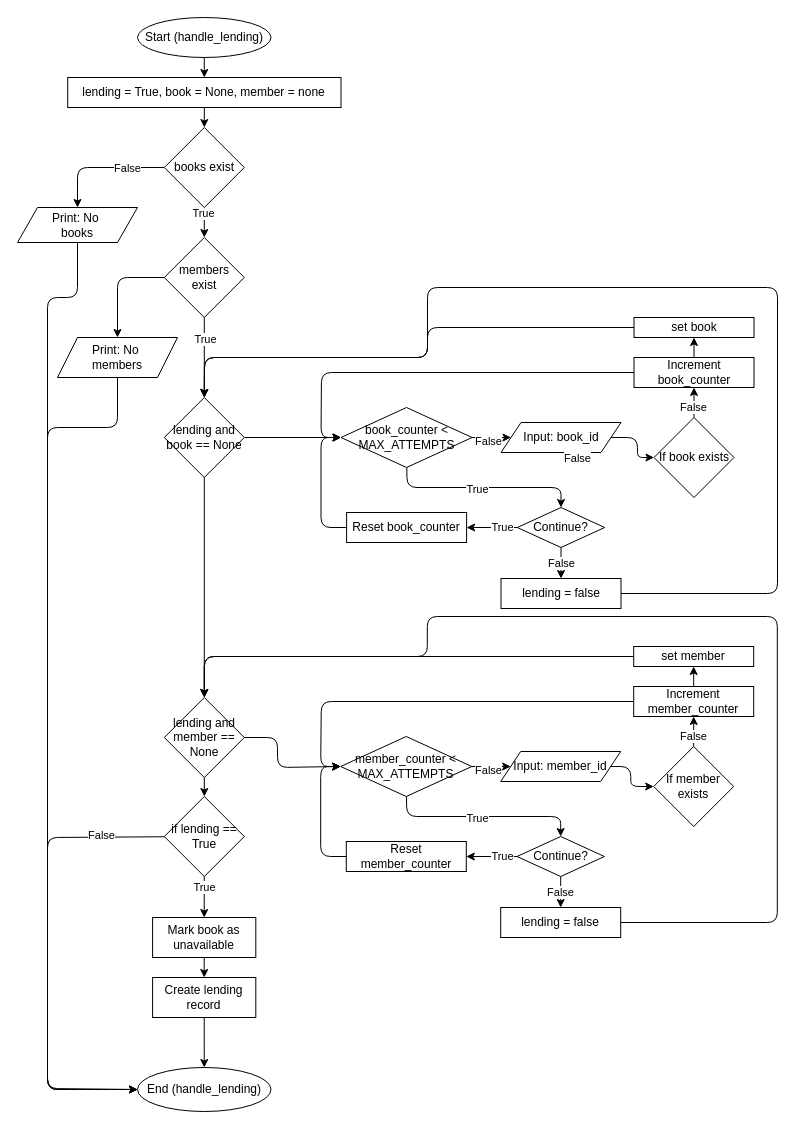
The draw.io diagram flowcharts/handle-lending.drawio in TSNMT727/LibrarySystem, before the edit. Source tidied: cells renumbered, new cells numbered last; positions are measured from the earlier drawing's top-left corner, leaving out a move shared by most shapes. Both pictures are drawn from the tidied source at 100%, with x=0, y=0 at pixel (17, 17).
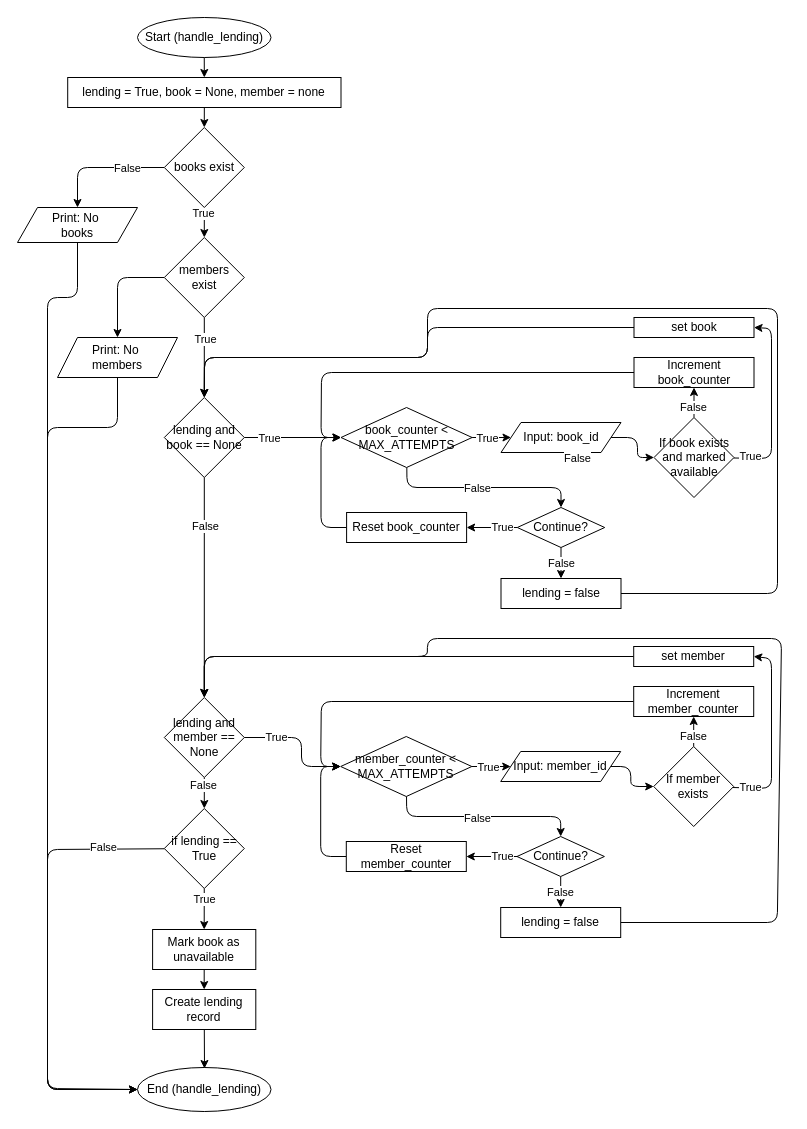
The same page after the edit.

Unchanged cells that the change refers to:
```xml
<mxCell id="4" value="End (handle_lending)" style="ellipse;whiteSpace=wrap;html=1;" parent="1" vertex="1">
  <mxGeometry x="120" y="1050" width="133.5" height="44" as="geometry" />
</mxCell>
<mxCell id="12" style="edgeStyle=none;html=1;entryX=0;entryY=0.5;entryDx=0;entryDy=0;" parent="1" edge="1" source="16" target="9">
  <mxGeometry relative="1" as="geometry" />
</mxCell>
<mxCell id="14" style="edgeStyle=none;html=1;entryX=0.5;entryY=0;entryDx=0;entryDy=0;" parent="1" edge="1" source="16" target="44">
  <mxGeometry relative="1" as="geometry">
    <Array as="points">
      <mxPoint x="389.5" y="470" />
      <mxPoint x="543.5" y="470" />
    </Array>
  </mxGeometry>
</mxCell>
<mxCell id="26" style="edgeStyle=none;html=1;entryX=0;entryY=0.5;entryDx=0;entryDy=0;" parent="1" edge="1" source="27" target="16">
  <mxGeometry relative="1" as="geometry" />
</mxCell>
<mxCell id="27" value="lending and book == None" style="rhombus;whiteSpace=wrap;html=1;" parent="1" vertex="1">
  <mxGeometry x="146.8" y="380" width="80" height="80" as="geometry" />
</mxCell>
<mxCell id="38" style="edgeStyle=none;html=1;" parent="1" edge="1" source="39" target="32">
  <mxGeometry relative="1" as="geometry" />
</mxCell>
<mxCell id="39" value="lending and member == None" style="rhombus;whiteSpace=wrap;html=1;" parent="1" vertex="1">
  <mxGeometry x="146.8" y="680" width="80" height="80" as="geometry" />
</mxCell>
<mxCell id="40" style="edgeStyle=none;html=1;exitX=0.5;exitY=1;exitDx=0;exitDy=0;entryX=0.5;entryY=0;entryDx=0;entryDy=0;" parent="1" edge="1" source="27" target="39">
  <mxGeometry relative="1" as="geometry" />
</mxCell>
<mxCell id="47" value="Increment book_counter" style="whiteSpace=wrap;html=1;" parent="1" vertex="1">
  <mxGeometry x="616.5" y="340" width="120" height="30" as="geometry" />
</mxCell>
<mxCell id="49" value="lending = false" style="whiteSpace=wrap;html=1;" parent="1" vertex="1">
  <mxGeometry x="483.5" y="561" width="120" height="30" as="geometry" />
</mxCell>
<mxCell id="51" value="set book" style="whiteSpace=wrap;html=1;" parent="1" vertex="1">
  <mxGeometry x="616.5" y="300" width="120" height="20" as="geometry" />
</mxCell>
<mxCell id="54" value="If member exists" style="rhombus;whiteSpace=wrap;html=1;" parent="1" vertex="1">
  <mxGeometry x="636.2" y="729" width="80" height="80" as="geometry" />
</mxCell>
<mxCell id="57" style="edgeStyle=none;html=1;entryX=0;entryY=0.5;entryDx=0;entryDy=0;" parent="1" edge="1" source="62" target="56">
  <mxGeometry relative="1" as="geometry" />
</mxCell>
<mxCell id="59" style="edgeStyle=none;html=1;entryX=0.5;entryY=0;entryDx=0;entryDy=0;" parent="1" edge="1" source="62" target="68">
  <mxGeometry relative="1" as="geometry">
    <Array as="points">
      <mxPoint x="389.2" y="799" />
      <mxPoint x="543.2" y="799" />
    </Array>
  </mxGeometry>
</mxCell>
<mxCell id="62" value="member_counter &amp;lt; MAX_ATTEMPTS" style="rhombus;whiteSpace=wrap;html=1;" parent="1" vertex="1">
  <mxGeometry x="323.2" y="719" width="131.1" height="60" as="geometry" />
</mxCell>
<mxCell id="71" value="Increment member_counter" style="whiteSpace=wrap;html=1;" parent="1" vertex="1">
  <mxGeometry x="616.2" y="669" width="120" height="30" as="geometry" />
</mxCell>
<mxCell id="73" value="lending = false" style="whiteSpace=wrap;html=1;" parent="1" vertex="1">
  <mxGeometry x="483.2" y="890" width="120" height="30" as="geometry" />
</mxCell>
<mxCell id="75" value="set member" style="whiteSpace=wrap;html=1;" parent="1" vertex="1">
  <mxGeometry x="616.2" y="629" width="120" height="20" as="geometry" />
</mxCell>
```

Diff of the diagram source:
```diff
@@
+    <mxCell id="82" style="edgeStyle=none;html=1;entryX=1;entryY=0.5;entryDx=0;entryDy=0;" parent="1" edge="1" source="7" target="51">
+      <mxGeometry relative="1" as="geometry">
+        <Array as="points">
+          <mxPoint x="754" y="441" />
+          <mxPoint x="754" y="311" />
+        </Array>
+      </mxGeometry>
+    </mxCell>
+    <mxCell id="83" value="True" style="edgeLabel;html=1;align=center;verticalAlign=middle;" parent="82" vertex="1">
+      <mxGeometry x="-0.88" y="4" relative="1" as="geometry">
+        <mxPoint x="5" y="2" as="offset" />
+      </mxGeometry>
+    </mxCell>
-    <mxCell id="7" value="If book exists" style="rhombus;whiteSpace=wrap;html=1;" parent="1" vertex="1">
+    <mxCell id="7" value="If book exists and marked available" style="rhombus;whiteSpace=wrap;html=1;" parent="1" vertex="1">
       <mxGeometry x="636.5" y="400" width="80" height="80" as="geometry" />
     </mxCell>
@@
     <mxCell id="11" value="Mark book as unavailable" style="whiteSpace=wrap;html=1;" parent="1" vertex="1">
-      <mxGeometry x="135.1" y="900" width="103.2" height="40" as="geometry" />
+      <mxGeometry x="135.1" y="912" width="103.2" height="40" as="geometry" />
     </mxCell>
@@
-    <mxCell id="13" value="False" style="edgeLabel;html=1;align=center;verticalAlign=middle;" parent="12" vertex="1">
-      <mxGeometry x="-0.19" y="-3" relative="1" as="geometry" />
+    <mxCell id="13" value="True" style="edgeLabel;html=1;align=center;verticalAlign=middle;" parent="12" vertex="1">
+      <mxGeometry x="-0.19" y="-3" relative="1" as="geometry">
+        <mxPoint x="-1" y="-3" as="offset" />
+      </mxGeometry>
     </mxCell>
@@
-    <mxCell id="15" value="True" style="edgeLabel;html=1;align=center;verticalAlign=middle;" parent="14" vertex="1">
-      <mxGeometry x="-0.07" y="-1" relative="1" as="geometry" />
+    <mxCell id="15" value="False" style="edgeLabel;html=1;align=center;verticalAlign=middle;" parent="14" vertex="1">
+      <mxGeometry x="-0.07" y="-1" relative="1" as="geometry">
+        <mxPoint y="-1" as="offset" />
+      </mxGeometry>
     </mxCell>
@@
-    <mxCell id="17" style="edgeStyle=none;html=1;entryX=0.5;entryY=0;entryDx=0;entryDy=0;" parent="1" edge="1" source="18" target="4">
-      <mxGeometry relative="1" as="geometry" />
+    <mxCell id="17" style="edgeStyle=none;html=1;" parent="1" edge="1" source="18">
+      <mxGeometry relative="1" as="geometry">
+        <mxPoint x="187" y="1051" as="targetPoint" />
+      </mxGeometry>
     </mxCell>
     <mxCell id="18" value="Create lending record" style="whiteSpace=wrap;html=1;" parent="1" vertex="1">
-      <mxGeometry x="135.1" y="960" width="103.2" height="40" as="geometry" />
+      <mxGeometry x="135.1" y="972" width="103.2" height="40" as="geometry" />
     </mxCell>
@@
+    <mxCell id="84" value="True" style="edgeLabel;html=1;align=center;verticalAlign=middle;" parent="26" vertex="1">
+      <mxGeometry x="-0.48" relative="1" as="geometry" />
+    </mxCell>
@@
     <mxCell id="30" style="edgeStyle=none;html=1;entryX=0;entryY=0.5;entryDx=0;entryDy=0;" parent="1" edge="1" source="32" target="4">
       <mxGeometry relative="1" as="geometry">
         <Array as="points">
-          <mxPoint x="30" y="820" />
+          <mxPoint x="30" y="832" />
           <mxPoint x="30" y="1071" />
         </Array>
       </mxGeometry>
     </mxCell>
@@
     <mxCell id="32" value="if lending == True" style="rhombus;whiteSpace=wrap;html=1;" parent="1" vertex="1">
-      <mxGeometry x="146.8" y="779" width="80" height="80" as="geometry" />
+      <mxGeometry x="146.8" y="791" width="80" height="80" as="geometry" />
     </mxCell>
@@
+    <mxCell id="85" value="False" style="edgeLabel;html=1;align=center;verticalAlign=middle;" parent="38" vertex="1">
+      <mxGeometry x="-0.55" y="-1" relative="1" as="geometry" />
+    </mxCell>
@@
+    <mxCell id="86" value="False" style="edgeLabel;html=1;align=center;verticalAlign=middle;" parent="40" vertex="1">
+      <mxGeometry x="-0.56" y="1" relative="1" as="geometry" />
+    </mxCell>
@@
-    <mxCell id="46" style="edgeStyle=none;html=1;entryX=0.5;entryY=1;entryDx=0;entryDy=0;" parent="1" edge="1" source="47" target="51">
-      <mxGeometry relative="1" as="geometry" />
-    </mxCell>
@@
     <mxCell id="48" style="edgeStyle=none;html=1;exitX=1;exitY=0.5;exitDx=0;exitDy=0;entryX=0.5;entryY=0;entryDx=0;entryDy=0;" parent="1" edge="1" source="49" target="27">
       <mxGeometry relative="1" as="geometry">
         <Array as="points">
           <mxPoint x="760" y="576" />
-          <mxPoint x="760" y="270" />
-          <mxPoint x="410" y="270" />
+          <mxPoint x="760" y="291" />
+          <mxPoint x="410" y="291" />
           <mxPoint x="410" y="340" />
           <mxPoint x="187" y="340" />
         </Array>
       </mxGeometry>
     </mxCell>
@@
+    <mxCell id="87" style="edgeStyle=none;html=1;entryX=1;entryY=0.5;entryDx=0;entryDy=0;" parent="1" edge="1" source="54" target="75">
+      <mxGeometry relative="1" as="geometry">
+        <Array as="points">
+          <mxPoint x="754" y="771" />
+          <mxPoint x="754" y="641" />
+        </Array>
+      </mxGeometry>
+    </mxCell>
+    <mxCell id="88" value="True" style="edgeLabel;html=1;align=center;verticalAlign=middle;" parent="87" vertex="1">
+      <mxGeometry x="-0.82" y="1" relative="1" as="geometry" />
+    </mxCell>
@@
-    <mxCell id="58" value="False" style="edgeLabel;html=1;align=center;verticalAlign=middle;" parent="57" vertex="1">
-      <mxGeometry x="-0.19" y="-3" relative="1" as="geometry" />
+    <mxCell id="58" value="True" style="edgeLabel;html=1;align=center;verticalAlign=middle;" parent="57" vertex="1">
+      <mxGeometry x="-0.19" y="-3" relative="1" as="geometry">
+        <mxPoint y="-3" as="offset" />
+      </mxGeometry>
     </mxCell>
@@
-    <mxCell id="60" value="True" style="edgeLabel;html=1;align=center;verticalAlign=middle;" parent="59" vertex="1">
+    <mxCell id="60" value="False" style="edgeLabel;html=1;align=center;verticalAlign=middle;" parent="59" vertex="1">
       <mxGeometry x="-0.07" y="-1" relative="1" as="geometry" />
     </mxCell>
     <mxCell id="61" style="edgeStyle=none;html=1;entryX=0;entryY=0.5;entryDx=0;entryDy=0;exitX=1;exitY=0.5;exitDx=0;exitDy=0;" parent="1" edge="1" source="39" target="62">
       <mxGeometry relative="1" as="geometry">
         <Array as="points">
-          <mxPoint x="260" y="720" />
-          <mxPoint x="260" y="750" />
+          <mxPoint x="284" y="720" />
+          <mxPoint x="284" y="749" />
         </Array>
       </mxGeometry>
     </mxCell>
+    <mxCell id="89" value="True" style="edgeLabel;html=1;align=center;verticalAlign=middle;" parent="61" vertex="1">
+      <mxGeometry x="-0.45" y="-1" relative="1" as="geometry">
+        <mxPoint x="-2" y="-2" as="offset" />
+      </mxGeometry>
+    </mxCell>
@@
-    <mxCell id="70" style="edgeStyle=none;html=1;entryX=0.5;entryY=1;entryDx=0;entryDy=0;" parent="1" edge="1" source="71" target="75">
-      <mxGeometry relative="1" as="geometry" />
-    </mxCell>
@@
     <mxCell id="72" style="edgeStyle=none;html=1;exitX=1;exitY=0.5;exitDx=0;exitDy=0;entryX=0.5;entryY=0;entryDx=0;entryDy=0;" parent="1" edge="1" source="73" target="39">
       <mxGeometry relative="1" as="geometry">
         <Array as="points">
           <mxPoint x="759.8" y="905" />
-          <mxPoint x="759.8" y="599" />
-          <mxPoint x="409.8" y="599" />
+          <mxPoint x="764" y="621" />
+          <mxPoint x="410" y="621" />
           <mxPoint x="409.8" y="639" />
           <mxPoint x="186.8" y="639" />
         </Array>
       </mxGeometry>
     </mxCell>
```
